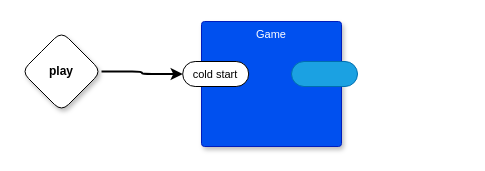
Earlier version of the draw.io diagram page "main" (1 of 19) of dc0d.drawio (guitarvydas/dc0d). Source tidied: cells renumbered, new cells numbered last; positions are measured from the earlier drawing's top-left corner, leaving out a move shared by most shapes. Both pictures are drawn from the tidied source at 100%, with x=0, y=0 at pixel (21, 21).
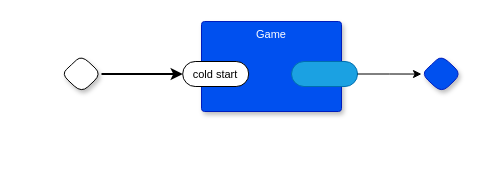
Above is the later version.

What changed in the source:
```diff
@@
 <mxGraphModel>
   <root>
     <mxCell id="0" />
     <mxCell id="1" parent="0" />
     <mxCell id="2" value="Game" style="rounded=1;whiteSpace=wrap;html=1;sketch=0;verticalAlign=top;arcSize=6;fontStyle=0;absoluteArcSize=1;shadow=1;strokeColor=#001DBC;fillColor=#0050ef;fontColor=#ffffff;fontFamily=Helvetica;fontSize=11;" parent="1" vertex="1">
-      <mxGeometry x="180" width="140" height="125" as="geometry" />
+      <mxGeometry x="180" width="140" height="90" as="geometry" />
     </mxCell>
     <mxCell id="3" value="cold start" style="rounded=1;whiteSpace=wrap;html=1;sketch=0;points=[[0,0.5,0,0,0],[1,0.5,0,0,0]];arcSize=50;fontFamily=Helvetica;fontSize=11;fontColor=default;" parent="2" vertex="1">
       <mxGeometry x="-18.8" y="40" width="66" height="25" as="geometry" />
     </mxCell>
     <mxCell id="4" style="rounded=1;whiteSpace=wrap;html=1;sketch=0;points=[[0,0.5,0,0,0],[1,0.5,0,0,0]];fillColor=#1ba1e2;fontColor=#ffffff;strokeColor=#006EAF;arcSize=50;fontFamily=Helvetica;fontSize=11;" parent="2" vertex="1">
       <mxGeometry x="90" y="40" width="66" height="25" as="geometry" />
     </mxCell>
-    <mxCell id="5" value="play" style="rhombus;whiteSpace=wrap;html=1;rounded=1;fontStyle=1;glass=0;sketch=0;fontSize=12;points=[[0,0.5,0,0,0],[0.5,0,0,0,0],[0.5,1,0,0,0],[1,0.5,0,0,0]];shadow=1;fontFamily=Helvetica;fontColor=default;" parent="1" vertex="1">
-      <mxGeometry y="10" width="80" height="80" as="geometry" />
+    <mxCell id="5" style="rhombus;whiteSpace=wrap;html=1;rounded=1;fontStyle=1;glass=0;sketch=0;fontSize=12;points=[[0,0.5,0,0,0],[0.5,0,0,0,0],[0.5,1,0,0,0],[1,0.5,0,0,0]];shadow=1;fontFamily=Helvetica;fontColor=default;" parent="1" vertex="1">
+      <mxGeometry x="40" y="33.8" width="40" height="37.5" as="geometry" />
     </mxCell>
     <mxCell id="6" style="edgeStyle=orthogonalEdgeStyle;rounded=1;jettySize=auto;html=1;exitX=1;exitY=0.5;exitDx=0;exitDy=0;exitPerimeter=0;entryX=0;entryY=0.5;entryDx=0;entryDy=0;entryPerimeter=0;curved=0;strokeWidth=2;" parent="1" edge="1" source="5" target="3">
       <mxGeometry relative="1" as="geometry" />
     </mxCell>
+    <mxCell id="7" style="edgeStyle=orthogonalEdgeStyle;rounded=0;jettySize=auto;html=1;exitX=1;exitY=0.5;exitDx=0;exitDy=0;exitPerimeter=0;entryX=0;entryY=0.5;entryDx=0;entryDy=0;entryPerimeter=0;" parent="1" edge="1" source="4" target="8">
+      <mxGeometry relative="1" as="geometry" />
+    </mxCell>
+    <mxCell id="8" style="rhombus;whiteSpace=wrap;html=1;rounded=1;fillColor=#0050ef;fontColor=#ffffff;strokeColor=#001DBC;fontStyle=1;glass=0;sketch=0;fontSize=12;points=[[0,0.5,0,0,0],[0.5,0,0,0,0],[0.5,1,0,0,0],[1,0.5,0,0,0]];shadow=1;fontFamily=Helvetica;" parent="1" vertex="1">
+      <mxGeometry x="400" y="33.8" width="40" height="37.5" as="geometry" />
+    </mxCell>
   </root>
 </mxGraphModel>
```
